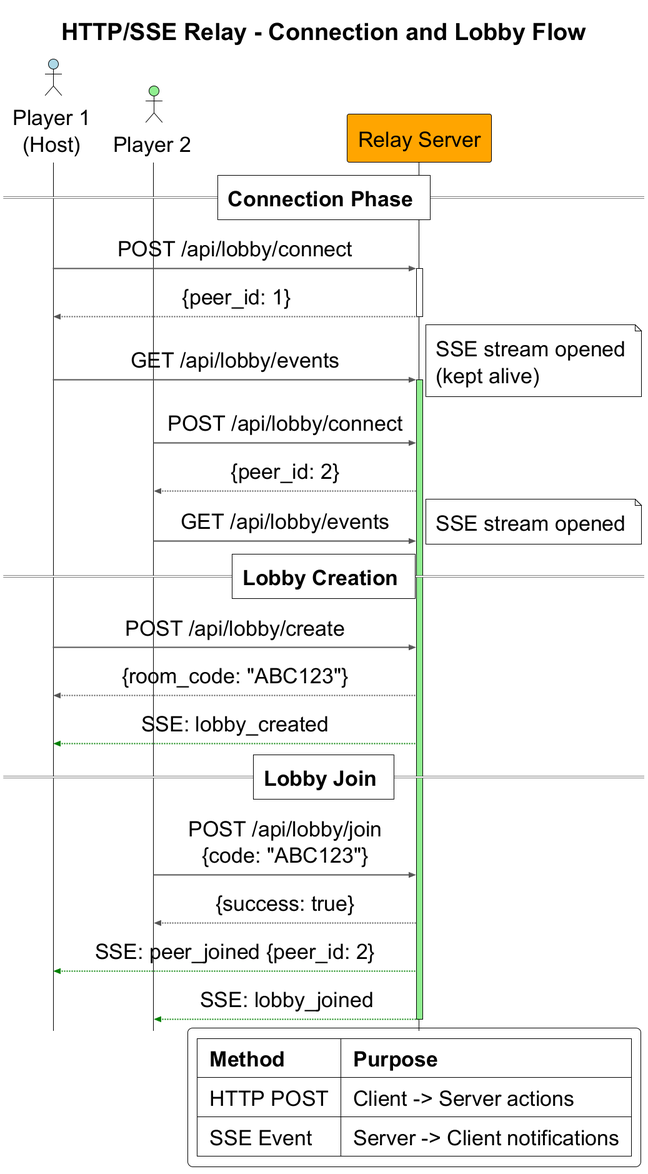
Before: figures/diagrams/http-sse-sequence.png, a diagram exported from PlantUML (Siponek/HPC-thesis).
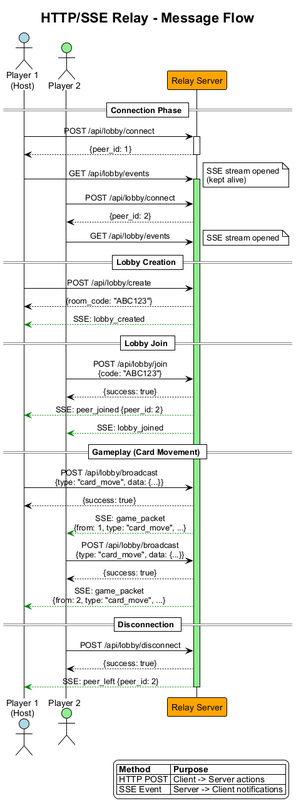
The same diagram one commit later.

Change to the diagram source:
```diff
@@ -1,9 +1,10 @@
 @startuml http-sse-sequence
 !theme plain
-!include ../shared/theme.puml
+skinparam backgroundColor white
+skinparam defaultFontName Arial
 skinparam sequenceMessageAlign center
 
-title HTTP/SSE Relay - Connection and Lobby Flow
+title HTTP/SSE Relay - Message Flow
 
 actor "Player 1\n(Host)" as P1 #LightBlue
 actor "Player 2" as P2 #LightGreen
@@ -38,6 +39,22 @@
 RS --> P2 : {success: true}
 RS -[#Green]-> P1 : SSE: peer_joined {peer_id: 2}
 RS -[#Green]-> P2 : SSE: lobby_joined
+
+== Gameplay (Card Movement) ==
+
+P1 -> RS : POST /api/lobby/broadcast\n{type: "card_move", data: {...}}
+RS --> P1 : {success: true}
+RS -[#Green]-> P2 : SSE: game_packet\n{from: 1, type: "card_move", ...}
+
+P2 -> RS : POST /api/lobby/broadcast\n{type: "card_move", data: {...}}
+RS --> P2 : {success: true}
+RS -[#Green]-> P1 : SSE: game_packet\n{from: 2, type: "card_move", ...}
+
+== Disconnection ==
+
+P2 -> RS : POST /api/lobby/disconnect
+RS --> P2 : {success: true}
+RS -[#Green]-> P1 : SSE: peer_left {peer_id: 2}
 deactivate RS
 
 legend right
```
